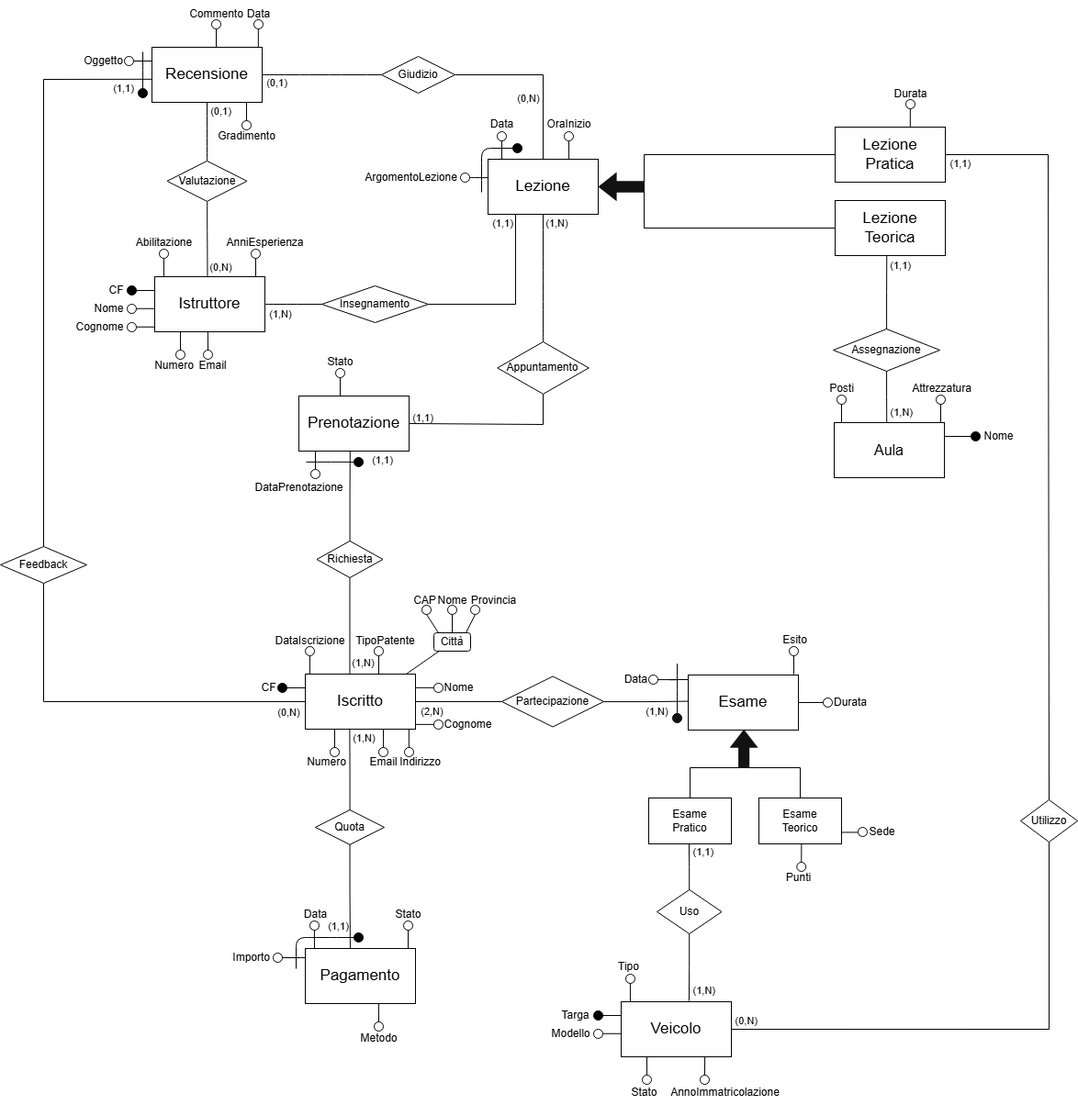
Andrea-Difino/db_scuola_guida keeps this draw.io diagram as img/ER_ScuolaGuida.drawio.png. Above is the earlier version. Source tidied: cells renumbered, new cells last; positions are measured from the earlier drawing's top-left corner, leaving out a move shared by most shapes.
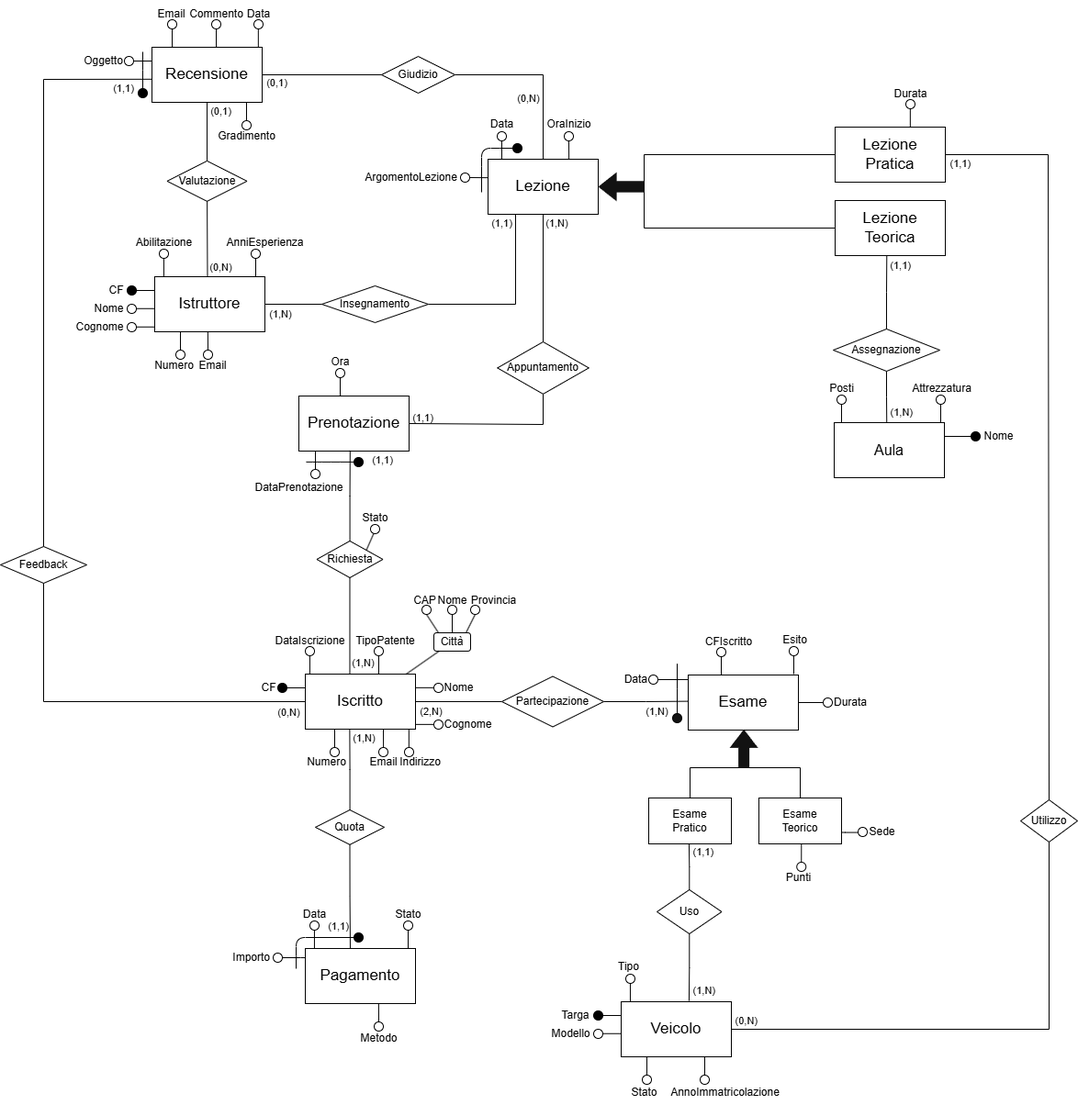
The same file after the commit.

The edit, as a diff of the source:
```diff
@@ -136,6 +136,18 @@
         <mxPoint x="-339" y="-686" as="offset" />
       </mxGeometry>
     </mxCell>
+    <mxCell id="234" style="endArrow=none;html=1;rounded=0;fontFamily=Helvetica;fontSize=12;fontColor=default;entryX=0.75;entryY=1;entryDx=0;entryDy=0;strokeColor=light-dark(#000000,#000000);" parent="21" edge="1">
+      <mxGeometry relative="1" as="geometry">
+        <mxPoint x="110" y="51" as="sourcePoint" />
+        <mxPoint x="110" y="31" as="targetPoint" />
+      </mxGeometry>
+    </mxCell>
+    <mxCell id="235" style="ellipse;whiteSpace=wrap;html=1;rounded=0;strokeColor=light-dark(#000000,#000000);align=center;verticalAlign=middle;fontFamily=Helvetica;fontSize=12;fontColor=light-dark(#000000,#000000);fillColor=light-dark(#000000,#FFFFFF);" parent="21" vertex="1">
+      <mxGeometry x="105" y="21" width="10" height="10" as="geometry" />
+    </mxCell>
+    <mxCell id="236" value="&lt;font style=&quot;color: light-dark(rgb(0, 0, 0), rgb(0, 0, 0));&quot;&gt;Email&lt;/font&gt;" style="text;html=1;align=center;verticalAlign=middle;strokeColor=none;fillColor=none;fontFamily=Helvetica;fontSize=12;fontColor=default;" parent="21" vertex="1">
+      <mxGeometry x="85" y="2" width="48" height="26" as="geometry" />
+    </mxCell>
     <mxCell id="36" style="group;" parent="1" vertex="1">
       <mxGeometry x="38" y="251" width="458" height="547" as="geometry" />
     </mxCell>
@@ -233,8 +245,8 @@
     <mxCell id="60" value="&lt;font style=&quot;color: light-dark(rgb(0, 0, 0), rgb(0, 0, 0));&quot;&gt;Feedback&lt;/font&gt;" style="rhombus;whiteSpace=wrap;html=1;fillColor=light-dark(#FFFFFF,#FFFFFF);strokeColor=light-dark(#000000,#000000);" parent="36" vertex="1">
       <mxGeometry x="-38" y="344" width="94" height="40" as="geometry" />
     </mxCell>
-    <mxCell id="61" value="&lt;font style=&quot;color: light-dark(rgb(0, 0, 0), rgb(0, 0, 0));&quot;&gt;Stato&lt;/font&gt;" style="text;html=1;align=center;verticalAlign=middle;strokeColor=none;fillColor=none;fontFamily=Helvetica;fontSize=12;fontColor=default;" parent="36" vertex="1">
-      <mxGeometry x="307" y="128" width="50" height="30" as="geometry" />
+    <mxCell id="61" value="&lt;font style=&quot;color: light-dark(rgb(0, 0, 0), rgb(0, 0, 0));&quot;&gt;Ora&lt;/font&gt;" style="text;html=1;align=center;verticalAlign=middle;strokeColor=none;fillColor=none;fontFamily=Helvetica;fontSize=12;fontColor=default;" parent="36" vertex="1">
+      <mxGeometry x="313" y="130" width="38" height="26" as="geometry" />
     </mxCell>
     <mxCell id="62" style="endArrow=none;html=1;rounded=0;fontFamily=Helvetica;fontSize=12;fontColor=default;entryX=0.75;entryY=1;entryDx=0;entryDy=0;strokeColor=light-dark(#000000,#000000);" parent="36" edge="1">
       <mxGeometry relative="1" as="geometry">
@@ -282,6 +294,12 @@
         <mxPoint x="-93" y="-295" as="offset" />
       </mxGeometry>
     </mxCell>
+    <mxCell id="237" value="&lt;font style=&quot;color: light-dark(rgb(0, 0, 0), rgb(0, 0, 0));&quot;&gt;Stato&lt;/font&gt;" style="text;html=1;align=center;verticalAlign=middle;strokeColor=none;fillColor=none;fontFamily=Helvetica;fontSize=12;fontColor=default;" parent="64" vertex="1">
+      <mxGeometry x="200" y="121" width="46" height="26" as="geometry" />
+    </mxCell>
+    <mxCell id="238" style="ellipse;whiteSpace=wrap;html=1;rounded=0;strokeColor=light-dark(#000000,#000000);align=center;verticalAlign=middle;fontFamily=Helvetica;fontSize=12;fontColor=light-dark(#000000,#000000);fillColor=light-dark(#000000,#FFFFFF);" parent="64" vertex="1">
+      <mxGeometry x="218" y="141" width="10" height="10" as="geometry" />
+    </mxCell>
     <mxCell id="72" style="group;" parent="1" vertex="1">
       <mxGeometry x="586" y="1038" width="253" height="178" as="geometry" />
     </mxCell>
@@ -552,6 +570,18 @@
         <mxPoint x="190" y="-3" as="offset" />
       </mxGeometry>
     </mxCell>
+    <mxCell id="239" value="&lt;font style=&quot;color: light-dark(rgb(0, 0, 0), rgb(0, 0, 0));&quot;&gt;CFIscritto&lt;/font&gt;" style="text;html=1;align=center;verticalAlign=middle;strokeColor=none;fillColor=none;fontFamily=Helvetica;fontSize=12;fontColor=default;" parent="134" vertex="1">
+      <mxGeometry x="102" y="2" width="69" height="26" as="geometry" />
+    </mxCell>
+    <mxCell id="240" style="endArrow=none;html=1;rounded=0;fontFamily=Helvetica;fontSize=12;fontColor=default;entryX=0.75;entryY=1;entryDx=0;entryDy=0;strokeColor=light-dark(#000000,#000000);" parent="134" edge="1">
+      <mxGeometry relative="1" as="geometry">
+        <mxPoint x="129" y="51" as="sourcePoint" />
+        <mxPoint x="129" y="31" as="targetPoint" />
+      </mxGeometry>
+    </mxCell>
+    <mxCell id="241" style="ellipse;whiteSpace=wrap;html=1;rounded=0;strokeColor=light-dark(#000000,#000000);align=center;verticalAlign=middle;fontFamily=Helvetica;fontSize=12;fontColor=light-dark(#000000,#000000);fillColor=light-dark(#000000,#FFFFFF);" parent="134" vertex="1">
+      <mxGeometry x="124" y="21" width="10" height="10" as="geometry" />
+    </mxCell>
     <mxCell id="148" value="Assegnazione" style="shape=rhombus;perimeter=rhombusPerimeter;whiteSpace=wrap;html=1;align=center;fontFamily=Helvetica;fontSize=12;fontColor=light-dark(#000000,#000000);labelBackgroundColor=none;fillColor=none;strokeColor=light-dark(#000000,#000000);" parent="1" vertex="1">
       <mxGeometry x="907" y="358" width="116" height="46" as="geometry" />
     </mxCell>
@@ -899,5 +929,8 @@
     <mxCell id="233" value="&lt;font style=&quot;color: light-dark(rgb(0, 0, 0), rgb(0, 0, 0));&quot;&gt;Durata&lt;/font&gt;" style="text;html=1;align=center;verticalAlign=middle;strokeColor=none;fillColor=none;fontFamily=Helvetica;fontSize=12;fontColor=default;" parent="1" vertex="1">
       <mxGeometry x="961" y="87" width="60" height="30" as="geometry" />
     </mxCell>
+    <mxCell id="242" style="endArrow=none;html=1;rounded=0;fontFamily=Helvetica;fontSize=12;fontColor=default;entryX=0.349;entryY=0.986;entryDx=0;entryDy=0;strokeColor=light-dark(#000000,#000000);exitX=1;exitY=0;exitDx=0;exitDy=0;entryPerimeter=0;" parent="1" edge="1" source="107" target="238">
+      <mxGeometry relative="1" as="geometry" />
+    </mxCell>
   </root>
 </mxGraphModel>
```
